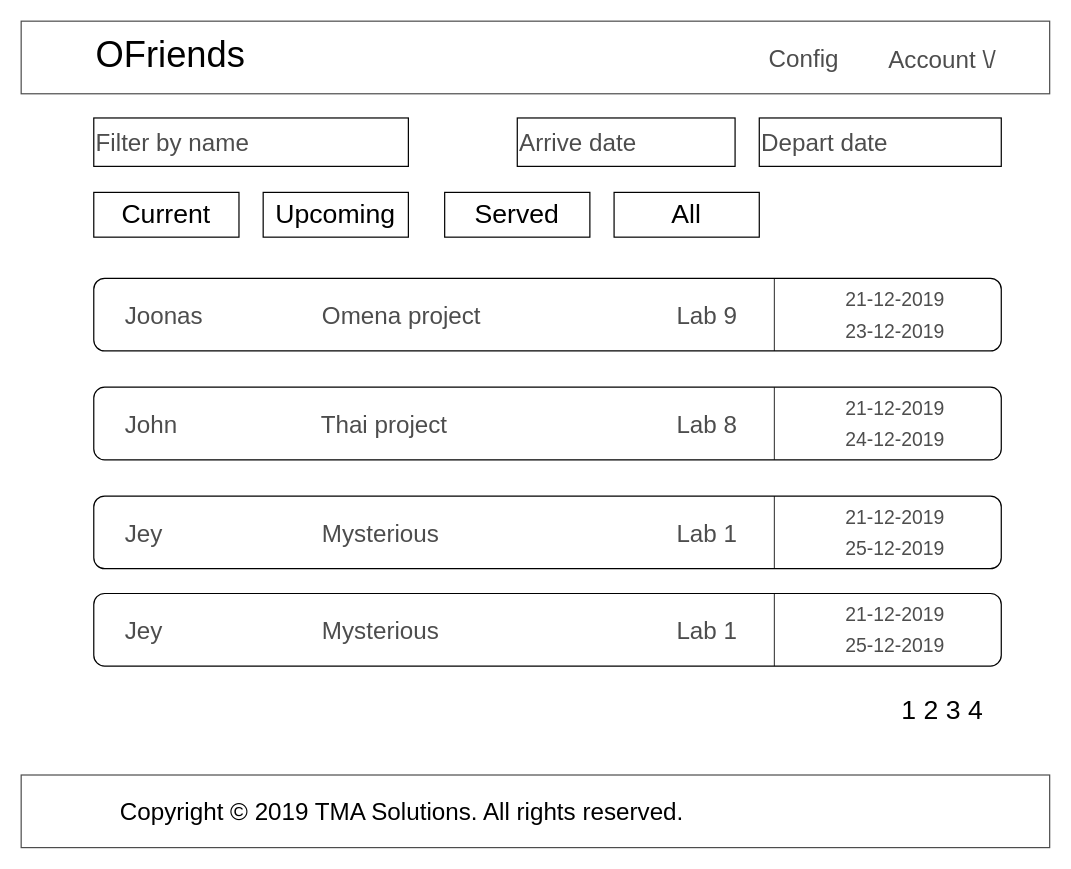
Above: web/_doc/Home.drawio in TheFlies/ofriends (draw.io), before the change. Source tidied: cells renumbered, new cells numbered last; positions are measured from the earlier drawing's top-left corner, leaving out a move shared by most shapes. Both pictures are drawn from the tidied source at 121%, with x=0, y=0 at pixel (21, 21).
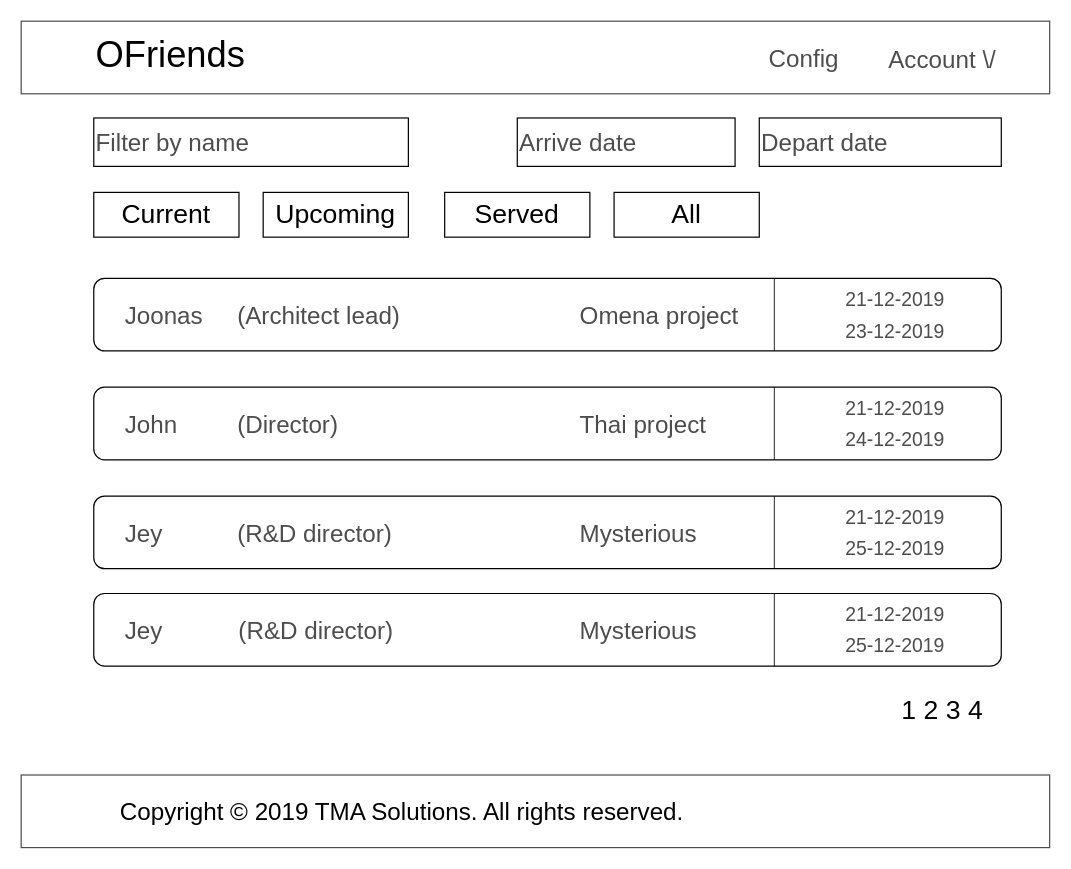
The same page after the edit.

The change refers to these unchanged cells:
```xml
<mxCell id="9" style="rounded=1;whiteSpace=wrap;html=1;shadow=0;fillColor=none;gradientColor=none;fontSize=20;fontColor=#4D4D4D;align=left;" parent="1" vertex="1">
  <mxGeometry x="60" y="212.5" width="750" height="60" as="geometry" />
</mxCell>
<mxCell id="16" style="rounded=1;whiteSpace=wrap;html=1;shadow=0;fillColor=none;gradientColor=none;fontSize=20;fontColor=#4D4D4D;align=left;" parent="1" vertex="1">
  <mxGeometry x="60" y="302.5" width="750" height="60" as="geometry" />
</mxCell>
<mxCell id="23" style="rounded=1;whiteSpace=wrap;html=1;shadow=0;fillColor=none;gradientColor=none;fontSize=20;fontColor=#4D4D4D;align=left;" parent="1" vertex="1">
  <mxGeometry x="60" y="392.5" width="750" height="60" as="geometry" />
</mxCell>
<mxCell id="32" style="rounded=1;whiteSpace=wrap;html=1;shadow=0;fillColor=none;gradientColor=none;fontSize=20;fontColor=#4D4D4D;align=left;" parent="1" vertex="1">
  <mxGeometry x="60" y="473" width="750" height="60" as="geometry" />
</mxCell>
```

The edit, as a diff of the source:
```diff
@@
     <mxCell id="11" value="Omena project" style="text;html=1;strokeColor=none;fillColor=none;align=left;verticalAlign=middle;whiteSpace=wrap;rounded=0;shadow=0;fontSize=20;fontColor=#4D4D4D;" parent="9" vertex="1">
-      <mxGeometry x="187" y="20" width="143" height="20" as="geometry" />
+      <mxGeometry x="400" y="20" width="143" height="20" as="geometry" />
     </mxCell>
-    <mxCell id="12" value="Lab 9" style="text;html=1;strokeColor=none;fillColor=none;align=left;verticalAlign=middle;whiteSpace=wrap;rounded=0;shadow=0;fontSize=20;fontColor=#4D4D4D;" parent="9" vertex="1">
-      <mxGeometry x="480" y="20" width="57.3" height="20" as="geometry" />
-    </mxCell>
@@
+    <mxCell id="44" value="(Architect lead)" style="text;html=1;strokeColor=none;fillColor=none;align=left;verticalAlign=middle;whiteSpace=wrap;rounded=0;shadow=0;fontSize=20;fontColor=#4D4D4D;" parent="9" vertex="1">
+      <mxGeometry x="117" y="20" width="143" height="20" as="geometry" />
+    </mxCell>
@@
     <mxCell id="18" value="Thai project" style="text;html=1;strokeColor=none;fillColor=none;align=left;verticalAlign=middle;whiteSpace=wrap;rounded=0;shadow=0;fontSize=20;fontColor=#4D4D4D;" parent="16" vertex="1">
-      <mxGeometry x="186" y="20" width="143" height="20" as="geometry" />
+      <mxGeometry x="400" y="20" width="143" height="20" as="geometry" />
     </mxCell>
-    <mxCell id="19" value="Lab 8&lt;br&gt;" style="text;html=1;strokeColor=none;fillColor=none;align=left;verticalAlign=middle;whiteSpace=wrap;rounded=0;shadow=0;fontSize=20;fontColor=#4D4D4D;" parent="16" vertex="1">
-      <mxGeometry x="480" y="20" width="57.3" height="20" as="geometry" />
-    </mxCell>
@@
+    <mxCell id="45" value="(Director)" style="text;html=1;strokeColor=none;fillColor=none;align=left;verticalAlign=middle;whiteSpace=wrap;rounded=0;shadow=0;fontSize=20;fontColor=#4D4D4D;" parent="16" vertex="1">
+      <mxGeometry x="117" y="20" width="143" height="20" as="geometry" />
+    </mxCell>
@@
     <mxCell id="25" value="Mysterious" style="text;html=1;strokeColor=none;fillColor=none;align=left;verticalAlign=middle;whiteSpace=wrap;rounded=0;shadow=0;fontSize=20;fontColor=#4D4D4D;" parent="23" vertex="1">
-      <mxGeometry x="187" y="20" width="143" height="20" as="geometry" />
+      <mxGeometry x="400" y="20" width="143" height="20" as="geometry" />
     </mxCell>
-    <mxCell id="26" value="Lab 1" style="text;html=1;strokeColor=none;fillColor=none;align=left;verticalAlign=middle;whiteSpace=wrap;rounded=0;shadow=0;fontSize=20;fontColor=#4D4D4D;" parent="23" vertex="1">
-      <mxGeometry x="480" y="20" width="57.3" height="20" as="geometry" />
-    </mxCell>
@@
+    <mxCell id="46" value="(R&amp;amp;D director)" style="text;html=1;strokeColor=none;fillColor=none;align=left;verticalAlign=middle;whiteSpace=wrap;rounded=0;shadow=0;fontSize=20;fontColor=#4D4D4D;" parent="23" vertex="1">
+      <mxGeometry x="117" y="20" width="143" height="20" as="geometry" />
+    </mxCell>
@@
     <mxCell id="34" value="Mysterious" style="text;html=1;strokeColor=none;fillColor=none;align=left;verticalAlign=middle;whiteSpace=wrap;rounded=0;shadow=0;fontSize=20;fontColor=#4D4D4D;" parent="32" vertex="1">
-      <mxGeometry x="187" y="20" width="143" height="20" as="geometry" />
+      <mxGeometry x="400" y="20" width="143" height="20" as="geometry" />
     </mxCell>
-    <mxCell id="35" value="Lab 1" style="text;html=1;strokeColor=none;fillColor=none;align=left;verticalAlign=middle;whiteSpace=wrap;rounded=0;shadow=0;fontSize=20;fontColor=#4D4D4D;" parent="32" vertex="1">
-      <mxGeometry x="480" y="20" width="57.3" height="20" as="geometry" />
-    </mxCell>
@@
+    <mxCell id="47" value="(R&amp;amp;D director)" style="text;html=1;strokeColor=none;fillColor=none;align=left;verticalAlign=middle;whiteSpace=wrap;rounded=0;shadow=0;fontSize=20;fontColor=#4D4D4D;" parent="32" vertex="1">
+      <mxGeometry x="118" y="20" width="143" height="20" as="geometry" />
+    </mxCell>
```
